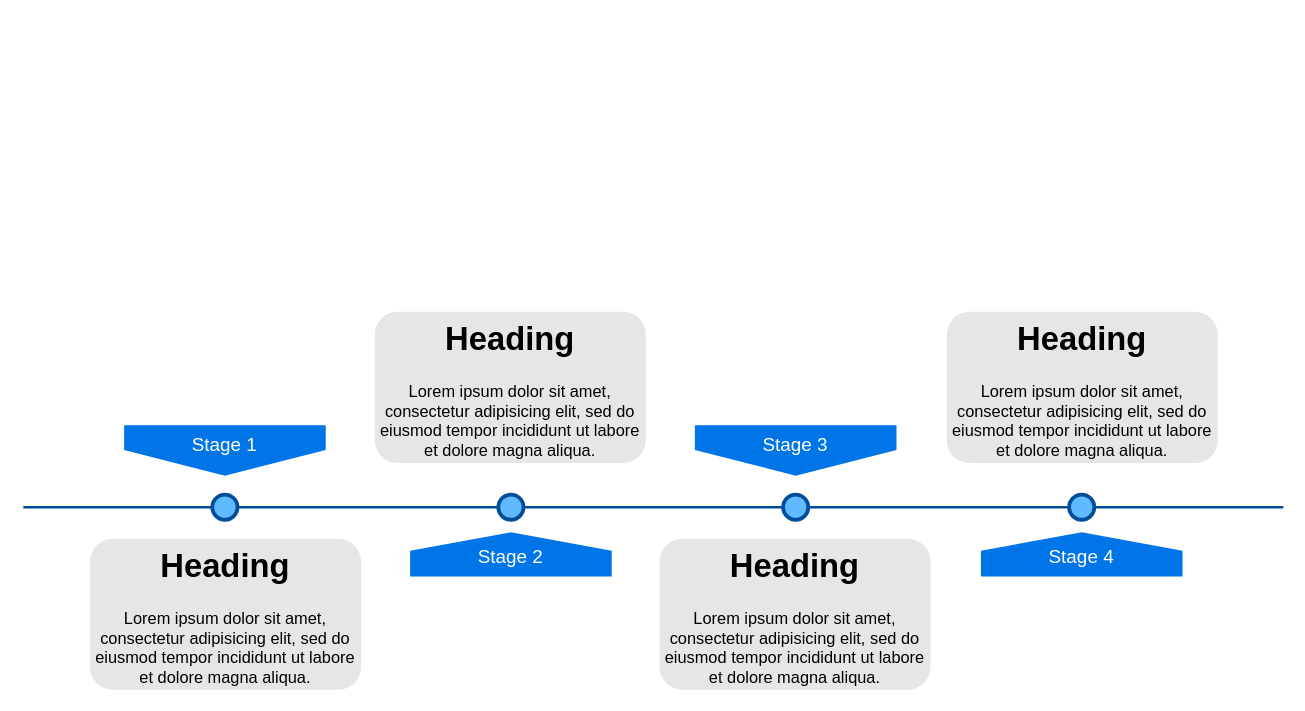
dmiAnd/Common keeps this draw.io diagram as Untitled Diagram.drawio. Above is the earlier version. Source tidied: cells renumbered, new cells numbered last; positions are measured from the earlier drawing's top-left corner, leaving out a move shared by most shapes. Both pictures are drawn from the tidied source at 126%, with x=0, y=0 at pixel (23, 311).
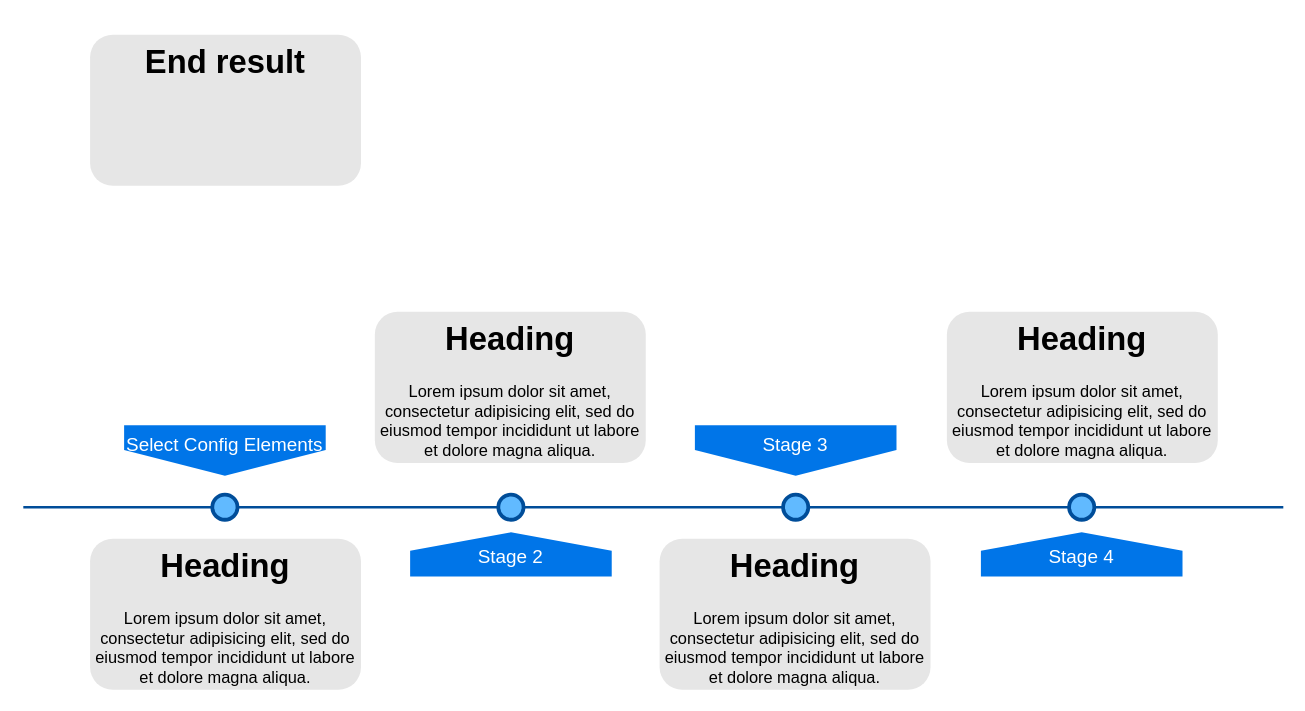
The same page after the edit.

Diff of the diagram source:
```diff
@@
 <mxGraphModel>
   <root>
     <mxCell id="0" />
     <mxCell id="1" parent="0" />
     <mxCell id="2" style="line;strokeWidth=2;html=1;fillColor=none;fontSize=28;fontColor=#004D99;strokeColor=#004D99;" parent="1" vertex="1">
       <mxGeometry y="150" width="1000" height="10" as="geometry" />
     </mxCell>
-    <mxCell id="3" value="Stage 1" style="shape=offPageConnector;whiteSpace=wrap;html=1;fillColor=#0075E8;fontSize=15;fontColor=#FFFFFF;size=0.5093750000000015;verticalAlign=top;strokeColor=none;" parent="1" vertex="1">
+    <mxCell id="3" value="Select Config Elements" style="shape=offPageConnector;whiteSpace=wrap;html=1;fillColor=#0075E8;fontSize=15;fontColor=#FFFFFF;size=0.5093750000000015;verticalAlign=top;strokeColor=none;" parent="1" vertex="1">
       <mxGeometry x="80" y="90" width="160" height="40" as="geometry" />
     </mxCell>
     <mxCell id="4" value="&lt;span&gt;Stage 3&lt;/span&gt;" style="shape=offPageConnector;whiteSpace=wrap;html=1;fillColor=#0075E8;fontSize=15;fontColor=#FFFFFF;size=0.5093750000000015;verticalAlign=top;strokeColor=none;" parent="1" vertex="1">
       <mxGeometry x="533" y="90" width="160" height="40" as="geometry" />
     </mxCell>
     <mxCell id="5" value="&lt;span&gt;Stage 2&lt;/span&gt;" style="shape=offPageConnector;whiteSpace=wrap;html=1;fillColor=#0075E8;fontSize=15;fontColor=#FFFFFF;size=0.4178571428571445;flipV=1;verticalAlign=bottom;strokeColor=none;spacingBottom=4;" parent="1" vertex="1">
       <mxGeometry x="307" y="175" width="160" height="35" as="geometry" />
     </mxCell>
     <mxCell id="6" value="&lt;span&gt;Stage 4&lt;/span&gt;" style="shape=offPageConnector;whiteSpace=wrap;html=1;fillColor=#0075E8;fontSize=15;fontColor=#FFFFFF;size=0.4178571428571445;flipV=1;verticalAlign=bottom;strokeColor=none;spacingBottom=4;" parent="1" vertex="1">
       <mxGeometry x="760" y="175" width="160" height="35" as="geometry" />
     </mxCell>
     <mxCell id="7" style="ellipse;whiteSpace=wrap;html=1;fillColor=#61BAFF;fontSize=28;fontColor=#004D99;strokeWidth=3;strokeColor=#004D99;" parent="1" vertex="1">
       <mxGeometry x="150" y="145" width="20" height="20" as="geometry" />
     </mxCell>
     <mxCell id="8" style="ellipse;whiteSpace=wrap;html=1;fillColor=#61BAFF;fontSize=28;fontColor=#004D99;strokeWidth=3;strokeColor=#004D99;" parent="1" vertex="1">
       <mxGeometry x="377" y="145" width="20" height="20" as="geometry" />
     </mxCell>
     <mxCell id="9" style="ellipse;whiteSpace=wrap;html=1;fillColor=#61BAFF;fontSize=28;fontColor=#004D99;strokeWidth=3;strokeColor=#004D99;" parent="1" vertex="1">
       <mxGeometry x="603" y="145" width="20" height="20" as="geometry" />
     </mxCell>
     <mxCell id="10" style="ellipse;whiteSpace=wrap;html=1;fillColor=#61BAFF;fontSize=28;fontColor=#004D99;strokeWidth=3;strokeColor=#004D99;" parent="1" vertex="1">
       <mxGeometry x="830" y="145" width="20" height="20" as="geometry" />
     </mxCell>
     <mxCell id="11" value="&lt;h1&gt;Heading&lt;/h1&gt;&lt;p&gt;Lorem ipsum dolor sit amet, consectetur adipisicing elit, sed do eiusmod tempor incididunt ut labore et dolore magna aliqua.&lt;/p&gt;" style="text;html=1;spacing=5;spacingTop=-20;whiteSpace=wrap;overflow=hidden;strokeColor=none;strokeWidth=3;fillColor=#E6E6E6;fontSize=13;fontColor=#000000;align=center;rounded=1;" parent="1" vertex="1">
       <mxGeometry x="53" y="180" width="215" height="120" as="geometry" />
     </mxCell>
     <mxCell id="12" value="&lt;h1&gt;Heading&lt;/h1&gt;&lt;p&gt;Lorem ipsum dolor sit amet, consectetur adipisicing elit, sed do eiusmod tempor incididunt ut labore et dolore magna aliqua.&lt;/p&gt;" style="text;html=1;spacing=5;spacingTop=-20;whiteSpace=wrap;overflow=hidden;strokeColor=none;strokeWidth=3;fillColor=#E6E6E6;fontSize=13;fontColor=#000000;align=center;rounded=1;" parent="1" vertex="1">
       <mxGeometry x="279" width="215" height="120" as="geometry" />
     </mxCell>
     <mxCell id="13" value="&lt;h1&gt;Heading&lt;/h1&gt;&lt;p&gt;Lorem ipsum dolor sit amet, consectetur adipisicing elit, sed do eiusmod tempor incididunt ut labore et dolore magna aliqua.&lt;/p&gt;" style="text;html=1;spacing=5;spacingTop=-20;whiteSpace=wrap;overflow=hidden;strokeColor=none;strokeWidth=3;fillColor=#E6E6E6;fontSize=13;fontColor=#000000;align=center;rounded=1;" parent="1" vertex="1">
       <mxGeometry x="505" y="180" width="215" height="120" as="geometry" />
     </mxCell>
     <mxCell id="14" value="&lt;h1&gt;Heading&lt;/h1&gt;&lt;p&gt;Lorem ipsum dolor sit amet, consectetur adipisicing elit, sed do eiusmod tempor incididunt ut labore et dolore magna aliqua.&lt;/p&gt;" style="text;html=1;spacing=5;spacingTop=-20;whiteSpace=wrap;overflow=hidden;strokeColor=none;strokeWidth=3;fillColor=#E6E6E6;fontSize=13;fontColor=#000000;align=center;rounded=1;" parent="1" vertex="1">
       <mxGeometry x="733" width="215" height="120" as="geometry" />
     </mxCell>
+    <mxCell id="15" value="&lt;h1&gt;End result&lt;/h1&gt;&lt;p&gt;&lt;br&gt;&lt;/p&gt;" style="text;html=1;spacing=5;spacingTop=-20;whiteSpace=wrap;overflow=hidden;strokeColor=none;strokeWidth=3;fillColor=#E6E6E6;fontSize=13;fontColor=#000000;align=center;rounded=1;" parent="1" vertex="1">
+      <mxGeometry x="53" y="-220" width="215" height="120" as="geometry" />
+    </mxCell>
   </root>
 </mxGraphModel>
```
